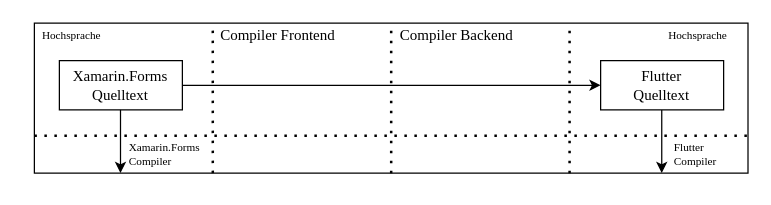
Before: Images/CompilerArchitecture/S2SArchitecture.drawio in JulianPasque/Masterthesis, a draw.io diagram. Source tidied: cells renumbered, new cells numbered last; positions are measured from the earlier drawing's top-left corner, leaving out a move shared by most shapes. Both pictures are drawn from the tidied source at 125%, with x=0, y=0 at pixel (21, 22).
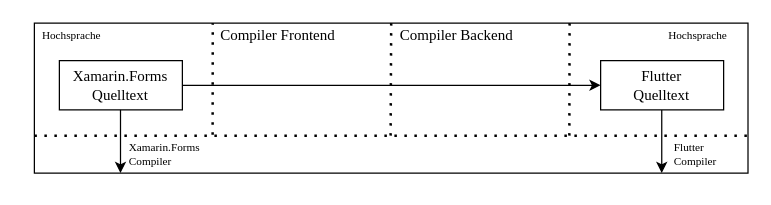
After the change.

Unchanged cells that the change refers to:
```xml
<mxCell id="2" style="rounded=0;whiteSpace=wrap;html=1;fontFamily=Times New Roman;fontSize=12;" parent="1" vertex="1">
  <mxGeometry x="10" width="570.9" height="120" as="geometry" />
</mxCell>
<mxCell id="16" value="Xamarin.Forms&lt;br&gt;Compiler" style="text;html=1;align=left;verticalAlign=middle;points=[];fontSize=9;fontFamily=Times New Roman;" parent="1" vertex="1">
  <mxGeometry x="84" y="90" width="70" height="30" as="geometry" />
</mxCell>
```

The edit, as a diff of the source:
```diff
@@
-    <mxCell id="5" style="endArrow=none;dashed=1;html=1;dashPattern=1 3;strokeWidth=2;entryX=0.25;entryY=0;entryDx=0;entryDy=0;exitX=0.25;exitY=1;exitDx=0;exitDy=0;fontFamily=Times New Roman;fontSize=12;" parent="1" edge="1" source="2" target="2">
+    <mxCell id="5" style="endArrow=none;dashed=1;html=1;dashPattern=1 3;strokeWidth=2;entryX=0.25;entryY=0;entryDx=0;entryDy=0;exitX=0.98;exitY=-0.024;exitDx=0;exitDy=0;fontFamily=Times New Roman;fontSize=12;exitPerimeter=0;" parent="1" edge="1" source="16" target="2">
       <mxGeometry relative="1" as="geometry" />
     </mxCell>
-    <mxCell id="6" style="endArrow=none;dashed=1;html=1;dashPattern=1 3;strokeWidth=2;entryX=0.75;entryY=0;entryDx=0;entryDy=0;exitX=0.75;exitY=1;exitDx=0;exitDy=0;fontFamily=Times New Roman;fontSize=12;" parent="1" edge="1" source="2" target="2">
-      <mxGeometry relative="1" as="geometry" />
+    <mxCell id="6" style="endArrow=none;dashed=1;html=1;dashPattern=1 3;strokeWidth=2;entryX=0.75;entryY=0;entryDx=0;entryDy=0;fontFamily=Times New Roman;fontSize=12;" parent="1" edge="1" target="2">
+      <mxGeometry relative="1" as="geometry">
+        <mxPoint x="438" y="90" as="sourcePoint" />
+      </mxGeometry>
     </mxCell>
@@
-    <mxCell id="10" style="endArrow=none;dashed=1;html=1;dashPattern=1 3;strokeWidth=2;entryX=0.5;entryY=0;entryDx=0;entryDy=0;exitX=0.5;exitY=1;exitDx=0;exitDy=0;fontFamily=Times New Roman;fontSize=12;" parent="1" edge="1" source="2" target="2">
-      <mxGeometry relative="1" as="geometry" />
+    <mxCell id="10" style="endArrow=none;dashed=1;html=1;dashPattern=1 3;strokeWidth=2;entryX=0.5;entryY=0;entryDx=0;entryDy=0;fontFamily=Times New Roman;fontSize=12;" parent="1" edge="1" target="2">
+      <mxGeometry relative="1" as="geometry">
+        <mxPoint x="295" y="90" as="sourcePoint" />
+      </mxGeometry>
     </mxCell>
```
